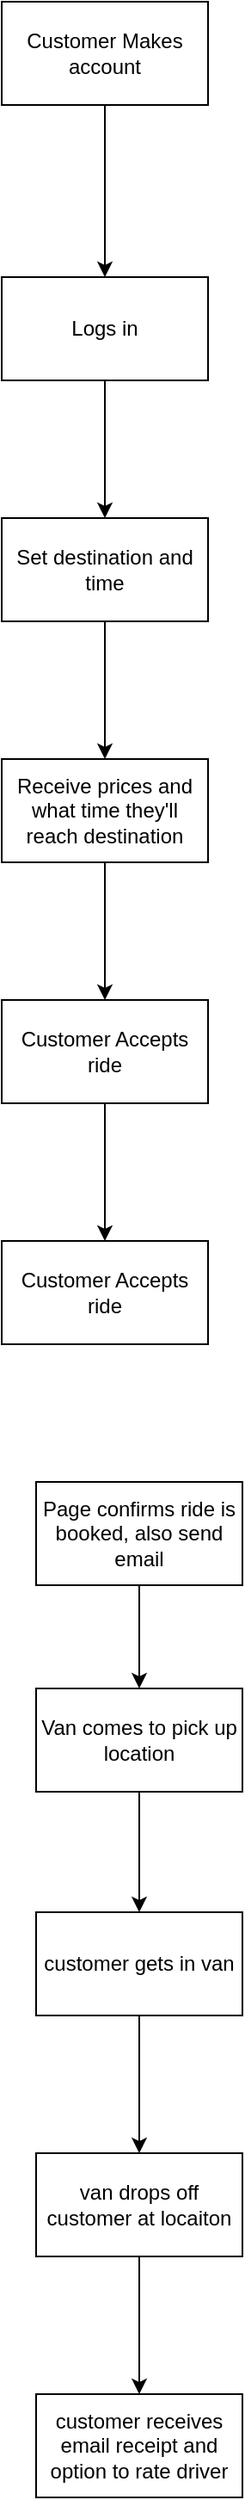
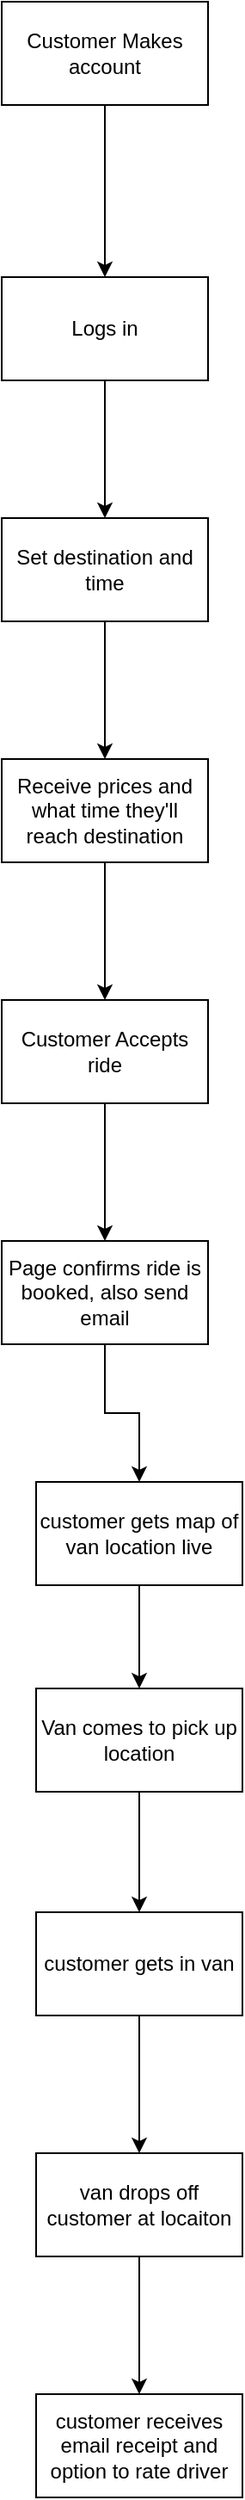
<mxfile host="app.diagrams.net">
  <diagram name="Page-1" id="Bky3vIHkDNee-CK2khSG">
    <mxGraphModel dx="1171" dy="707" grid="1" gridSize="10" guides="1" tooltips="1" connect="1" arrows="1" fold="1" page="1" pageScale="1" pageWidth="850" pageHeight="1100" math="0" shadow="0">
      <root>
        <mxCell id="0" />
        <mxCell id="1" parent="0" />
        <mxCell id="30ajlJ3EDaKUPWSMpJR4-3" edge="1" parent="1" source="30ajlJ3EDaKUPWSMpJR4-1" style="edgeStyle=orthogonalEdgeStyle;rounded=0;orthogonalLoop=1;jettySize=auto;html=1;" target="30ajlJ3EDaKUPWSMpJR4-2" value="">
          <mxGeometry relative="1" as="geometry" />
        </mxCell>
        <mxCell id="30ajlJ3EDaKUPWSMpJR4-1" parent="1" style="rounded=0;whiteSpace=wrap;html=1;" value="Customer Makes account" vertex="1">
          <mxGeometry height="60" width="120" x="30" y="60" as="geometry" />
        </mxCell>
        <mxCell id="30ajlJ3EDaKUPWSMpJR4-7" edge="1" parent="1" source="30ajlJ3EDaKUPWSMpJR4-2" style="edgeStyle=orthogonalEdgeStyle;rounded=0;orthogonalLoop=1;jettySize=auto;html=1;" target="30ajlJ3EDaKUPWSMpJR4-6" value="">
          <mxGeometry relative="1" as="geometry" />
        </mxCell>
        <mxCell id="30ajlJ3EDaKUPWSMpJR4-2" parent="1" style="rounded=0;whiteSpace=wrap;html=1;" value="Logs in" vertex="1">
          <mxGeometry height="60" width="120" x="30" y="220" as="geometry" />
        </mxCell>
        <mxCell id="30ajlJ3EDaKUPWSMpJR4-9" edge="1" parent="1" source="30ajlJ3EDaKUPWSMpJR4-6" style="edgeStyle=orthogonalEdgeStyle;rounded=0;orthogonalLoop=1;jettySize=auto;html=1;" target="30ajlJ3EDaKUPWSMpJR4-8" value="">
          <mxGeometry relative="1" as="geometry" />
        </mxCell>
        <mxCell id="30ajlJ3EDaKUPWSMpJR4-6" parent="1" style="whiteSpace=wrap;html=1;rounded=0;" value="Set destination and time" vertex="1">
          <mxGeometry height="60" width="120" x="30" y="360" as="geometry" />
        </mxCell>
        <mxCell id="30ajlJ3EDaKUPWSMpJR4-11" edge="1" parent="1" source="30ajlJ3EDaKUPWSMpJR4-8" style="edgeStyle=orthogonalEdgeStyle;rounded=0;orthogonalLoop=1;jettySize=auto;html=1;" target="30ajlJ3EDaKUPWSMpJR4-10" value="">
          <mxGeometry relative="1" as="geometry" />
        </mxCell>
        <mxCell id="30ajlJ3EDaKUPWSMpJR4-8" parent="1" style="whiteSpace=wrap;html=1;rounded=0;" value="Receive prices and what time they&#39;ll reach destination" vertex="1">
          <mxGeometry height="60" width="120" x="30" y="500" as="geometry" />
        </mxCell>
        <mxCell id="30ajlJ3EDaKUPWSMpJR4-28" edge="1" parent="1" source="30ajlJ3EDaKUPWSMpJR4-10" style="edgeStyle=orthogonalEdgeStyle;rounded=0;orthogonalLoop=1;jettySize=auto;html=1;" target="30ajlJ3EDaKUPWSMpJR4-27" value="">
          <mxGeometry relative="1" as="geometry" />
        </mxCell>
        <mxCell id="30ajlJ3EDaKUPWSMpJR4-10" parent="1" style="whiteSpace=wrap;html=1;rounded=0;" value="Customer Accepts ride" vertex="1">
          <mxGeometry height="60" width="120" x="30" y="640" as="geometry" />
        </mxCell>
        <mxCell id="30ajlJ3EDaKUPWSMpJR4-26" edge="1" parent="1" source="30ajlJ3EDaKUPWSMpJR4-12" style="edgeStyle=orthogonalEdgeStyle;rounded=0;orthogonalLoop=1;jettySize=auto;html=1;exitX=0.5;exitY=1;exitDx=0;exitDy=0;" target="30ajlJ3EDaKUPWSMpJR4-17">
          <mxGeometry relative="1" as="geometry" />
        </mxCell>
-         <mxCell id="30ajlJ3EDaKUPWSMpJR4-12" parent="1" style="whiteSpace=wrap;html=1;rounded=0;" value="Page confirms ride is booked, also send email" vertex="1">
+         <mxCell id="30ajlJ3EDaKUPWSMpJR4-12" parent="1" style="whiteSpace=wrap;html=1;rounded=0;" value="customer gets map of van location live" vertex="1">
          <mxGeometry height="60" width="120" x="50" y="920" as="geometry" />
        </mxCell>
        <mxCell id="30ajlJ3EDaKUPWSMpJR4-19" edge="1" parent="1" source="30ajlJ3EDaKUPWSMpJR4-17" style="edgeStyle=orthogonalEdgeStyle;rounded=0;orthogonalLoop=1;jettySize=auto;html=1;" target="30ajlJ3EDaKUPWSMpJR4-18" value="">
          <mxGeometry relative="1" as="geometry" />
        </mxCell>
        <mxCell id="30ajlJ3EDaKUPWSMpJR4-17" parent="1" style="rounded=0;whiteSpace=wrap;html=1;" value="Van comes to pick up location" vertex="1">
          <mxGeometry height="60" width="120" x="50" y="1040" as="geometry" />
        </mxCell>
        <mxCell id="30ajlJ3EDaKUPWSMpJR4-21" edge="1" parent="1" source="30ajlJ3EDaKUPWSMpJR4-18" style="edgeStyle=orthogonalEdgeStyle;rounded=0;orthogonalLoop=1;jettySize=auto;html=1;" target="30ajlJ3EDaKUPWSMpJR4-20" value="">
          <mxGeometry relative="1" as="geometry" />
        </mxCell>
        <mxCell id="30ajlJ3EDaKUPWSMpJR4-18" parent="1" style="rounded=0;whiteSpace=wrap;html=1;" value="customer gets in van" vertex="1">
          <mxGeometry height="60" width="120" x="50" y="1170" as="geometry" />
        </mxCell>
        <mxCell id="30ajlJ3EDaKUPWSMpJR4-23" edge="1" parent="1" source="30ajlJ3EDaKUPWSMpJR4-20" style="edgeStyle=orthogonalEdgeStyle;rounded=0;orthogonalLoop=1;jettySize=auto;html=1;" target="30ajlJ3EDaKUPWSMpJR4-22" value="">
          <mxGeometry relative="1" as="geometry" />
        </mxCell>
        <mxCell id="30ajlJ3EDaKUPWSMpJR4-20" parent="1" style="rounded=0;whiteSpace=wrap;html=1;" value="van drops off customer at locaiton" vertex="1">
          <mxGeometry height="60" width="120" x="50" y="1310" as="geometry" />
        </mxCell>
        <mxCell id="30ajlJ3EDaKUPWSMpJR4-22" parent="1" style="rounded=0;whiteSpace=wrap;html=1;" value="customer receives email receipt and option to rate driver" vertex="1">
          <mxGeometry height="60" width="120" x="50" y="1450" as="geometry" />
        </mxCell>
-         <mxCell id="30ajlJ3EDaKUPWSMpJR4-27" parent="1" style="whiteSpace=wrap;html=1;rounded=0;" value="Customer Accepts ride" vertex="1">
+         <mxCell id="30ajlJ3EDaKUPWSMpJR4-31" edge="1" parent="1" source="30ajlJ3EDaKUPWSMpJR4-27" style="edgeStyle=orthogonalEdgeStyle;rounded=0;orthogonalLoop=1;jettySize=auto;html=1;exitX=0.5;exitY=1;exitDx=0;exitDy=0;" target="30ajlJ3EDaKUPWSMpJR4-12">
+           <mxGeometry relative="1" as="geometry" />
+         </mxCell>
+         <mxCell id="30ajlJ3EDaKUPWSMpJR4-27" parent="1" style="whiteSpace=wrap;html=1;rounded=0;" value="Page confirms ride is booked, also send email" vertex="1">
          <mxGeometry height="60" width="120" x="30" y="780" as="geometry" />
        </mxCell>
      </root>
    </mxGraphModel>
  </diagram>
</mxfile>
